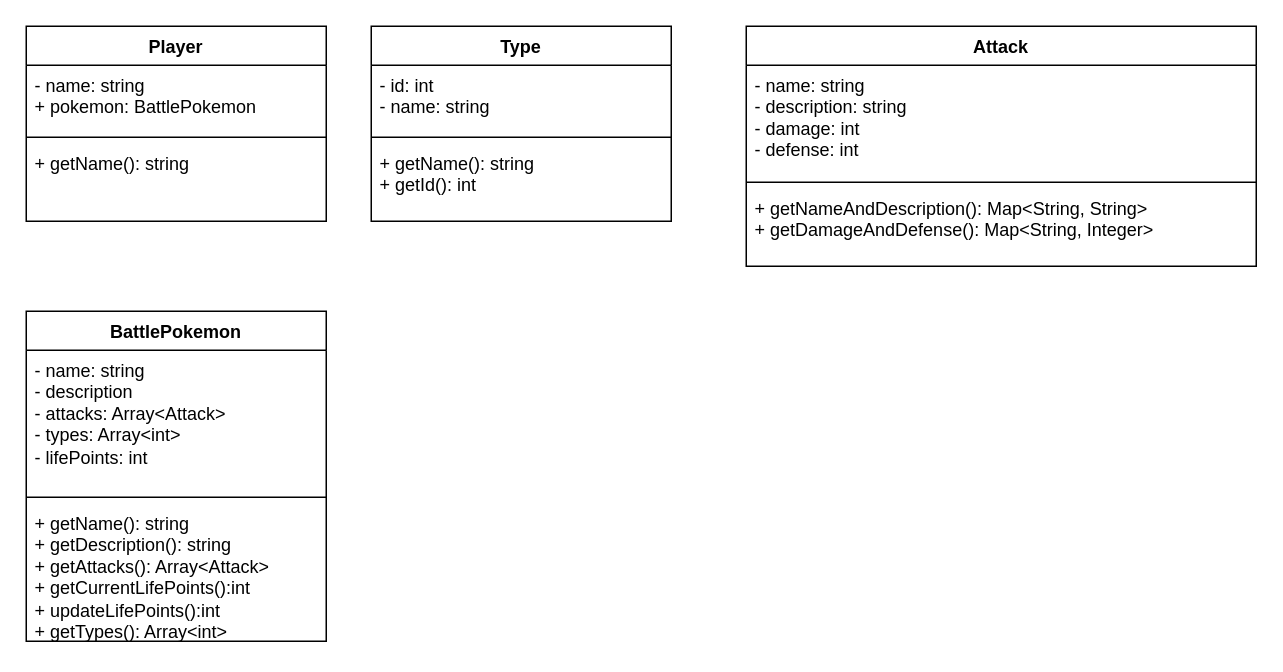
Earlier version of the draw.io diagram Pokemon-Game-Project.drawio (OzkrMonroy/university_pokemon_game_docs). Source tidied: cells renumbered, new cells numbered last; positions are measured from the earlier drawing's top-left corner, leaving out a move shared by most shapes. Both pictures are drawn from the tidied source at 150%, with x=0, y=0 at pixel (26, 26).
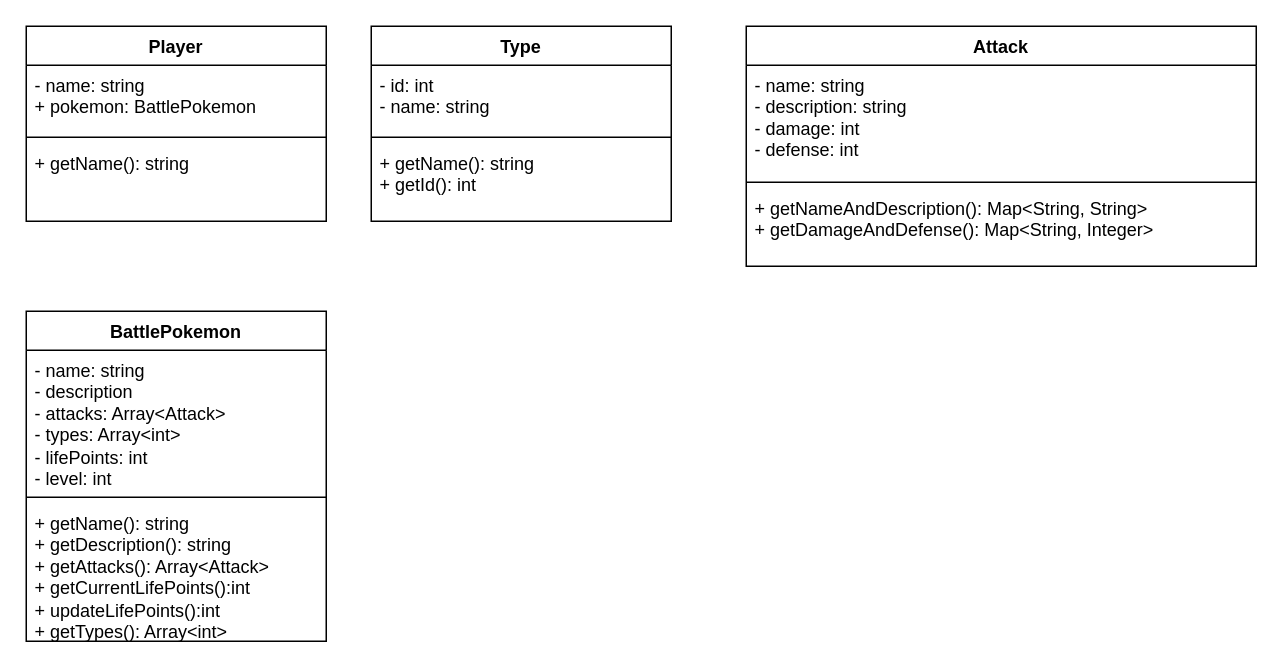
Above is the later version.

The edit, as a diff of the source:
```diff
@@
 <mxGraphModel>
   <root>
     <mxCell id="0" />
     <mxCell id="1" parent="0" />
     <mxCell id="2" value="Player" style="swimlane;fontStyle=1;align=center;verticalAlign=top;horizontal=1;startSize=26;whiteSpace=wrap;html=1;" parent="1" vertex="1">
       <mxGeometry width="200" height="130" as="geometry" />
     </mxCell>
     <mxCell id="3" value="- name: string&lt;div&gt;+ pokemon: BattlePokemon&lt;/div&gt;" style="text;strokeColor=none;fillColor=none;align=left;verticalAlign=top;spacingLeft=4;spacingRight=4;overflow=hidden;whiteSpace=wrap;html=1;" parent="2" vertex="1">
       <mxGeometry y="26" width="200" height="44" as="geometry" />
     </mxCell>
     <mxCell id="4" style="line;strokeWidth=1;fillColor=none;align=left;verticalAlign=middle;spacingTop=-1;spacingLeft=3;spacingRight=3;labelPosition=right;strokeColor=inherit;" parent="2" vertex="1">
       <mxGeometry y="70" width="200" height="8" as="geometry" />
     </mxCell>
     <mxCell id="5" value="+ getName(): string&lt;div&gt;&lt;br&gt;&lt;/div&gt;" style="text;strokeColor=none;fillColor=none;align=left;verticalAlign=top;spacingLeft=4;spacingRight=4;overflow=hidden;whiteSpace=wrap;html=1;" parent="2" vertex="1">
       <mxGeometry y="78" width="200" height="52" as="geometry" />
     </mxCell>
     <mxCell id="6" value="Type" style="swimlane;fontStyle=1;align=center;verticalAlign=top;horizontal=1;startSize=26;whiteSpace=wrap;html=1;" parent="1" vertex="1">
       <mxGeometry x="230" width="200" height="130" as="geometry" />
     </mxCell>
     <mxCell id="7" value="- id: int&lt;div&gt;- name: string&lt;/div&gt;&lt;div&gt;&lt;br&gt;&lt;/div&gt;" style="text;strokeColor=none;fillColor=none;align=left;verticalAlign=top;spacingLeft=4;spacingRight=4;overflow=hidden;whiteSpace=wrap;html=1;" parent="6" vertex="1">
       <mxGeometry y="26" width="200" height="44" as="geometry" />
     </mxCell>
     <mxCell id="8" style="line;strokeWidth=1;fillColor=none;align=left;verticalAlign=middle;spacingTop=-1;spacingLeft=3;spacingRight=3;labelPosition=right;strokeColor=inherit;" parent="6" vertex="1">
       <mxGeometry y="70" width="200" height="8" as="geometry" />
     </mxCell>
     <mxCell id="9" value="+ getName(): string&lt;div&gt;+ getId(): int&lt;/div&gt;" style="text;strokeColor=none;fillColor=none;align=left;verticalAlign=top;spacingLeft=4;spacingRight=4;overflow=hidden;whiteSpace=wrap;html=1;" parent="6" vertex="1">
       <mxGeometry y="78" width="200" height="52" as="geometry" />
     </mxCell>
     <mxCell id="10" value="Attack" style="swimlane;fontStyle=1;align=center;verticalAlign=top;horizontal=1;startSize=26;whiteSpace=wrap;html=1;" parent="1" vertex="1">
       <mxGeometry x="480" width="340" height="160" as="geometry" />
     </mxCell>
     <mxCell id="11" value="&lt;div&gt;- name: string&lt;/div&gt;&lt;div&gt;- description: string&lt;/div&gt;&lt;div&gt;- damage: int&lt;/div&gt;&lt;div&gt;- defense: int&lt;/div&gt;" style="text;strokeColor=none;fillColor=none;align=left;verticalAlign=top;spacingLeft=4;spacingRight=4;overflow=hidden;whiteSpace=wrap;html=1;" parent="10" vertex="1">
       <mxGeometry y="26" width="340" height="74" as="geometry" />
     </mxCell>
     <mxCell id="12" style="line;strokeWidth=1;fillColor=none;align=left;verticalAlign=middle;spacingTop=-1;spacingLeft=3;spacingRight=3;labelPosition=right;strokeColor=inherit;" parent="10" vertex="1">
       <mxGeometry y="100" width="340" height="8" as="geometry" />
     </mxCell>
     <mxCell id="13" value="+ getNameAndDescription(): Map&amp;lt;String, String&amp;gt;&lt;div&gt;+ getDamageAndDefense&lt;span style=&quot;background-color: initial;&quot;&gt;(): Map&amp;lt;String, Integer&amp;gt;&lt;/span&gt;&lt;/div&gt;" style="text;strokeColor=none;fillColor=none;align=left;verticalAlign=top;spacingLeft=4;spacingRight=4;overflow=hidden;whiteSpace=wrap;html=1;" parent="10" vertex="1">
       <mxGeometry y="108" width="340" height="52" as="geometry" />
     </mxCell>
     <mxCell id="14" value="BattlePokemon" style="swimlane;fontStyle=1;align=center;verticalAlign=top;horizontal=1;startSize=26;whiteSpace=wrap;html=1;" parent="1" vertex="1">
       <mxGeometry y="190" width="200" height="220" as="geometry" />
     </mxCell>
-    <mxCell id="15" value="&lt;div&gt;- name: string&lt;/div&gt;&lt;div&gt;- description&lt;/div&gt;&lt;div&gt;- attacks: Array&amp;lt;Attack&amp;gt;&lt;/div&gt;&lt;div&gt;- types: Array&amp;lt;int&amp;gt;&lt;/div&gt;&lt;div&gt;- lifePoints: int&lt;/div&gt;" style="text;strokeColor=none;fillColor=none;align=left;verticalAlign=top;spacingLeft=4;spacingRight=4;overflow=hidden;whiteSpace=wrap;html=1;" parent="14" vertex="1">
+    <mxCell id="15" value="&lt;div&gt;- name: string&lt;/div&gt;&lt;div&gt;- description&lt;/div&gt;&lt;div&gt;- attacks: Array&amp;lt;Attack&amp;gt;&lt;/div&gt;&lt;div&gt;- types: Array&amp;lt;int&amp;gt;&lt;/div&gt;&lt;div&gt;- lifePoints: int&lt;/div&gt;&lt;div&gt;- level: int&lt;/div&gt;" style="text;strokeColor=none;fillColor=none;align=left;verticalAlign=top;spacingLeft=4;spacingRight=4;overflow=hidden;whiteSpace=wrap;html=1;" parent="14" vertex="1">
       <mxGeometry y="26" width="200" height="94" as="geometry" />
     </mxCell>
     <mxCell id="16" style="line;strokeWidth=1;fillColor=none;align=left;verticalAlign=middle;spacingTop=-1;spacingLeft=3;spacingRight=3;labelPosition=right;strokeColor=inherit;" parent="14" vertex="1">
       <mxGeometry y="120" width="200" height="8" as="geometry" />
     </mxCell>
     <mxCell id="17" value="+ getName(): string&lt;div&gt;+ getDescription(): string&lt;/div&gt;&lt;div&gt;+ getAttacks(): Array&amp;lt;Attack&amp;gt;&lt;/div&gt;&lt;div&gt;+ getCurrentLifePoints():int&lt;/div&gt;&lt;div&gt;+ updateLifePoints():int&lt;/div&gt;&lt;div&gt;+ getTypes(): Array&amp;lt;int&amp;gt;&lt;/div&gt;" style="text;strokeColor=none;fillColor=none;align=left;verticalAlign=top;spacingLeft=4;spacingRight=4;overflow=hidden;whiteSpace=wrap;html=1;" parent="14" vertex="1">
       <mxGeometry y="128" width="200" height="92" as="geometry" />
     </mxCell>
   </root>
 </mxGraphModel>
```
